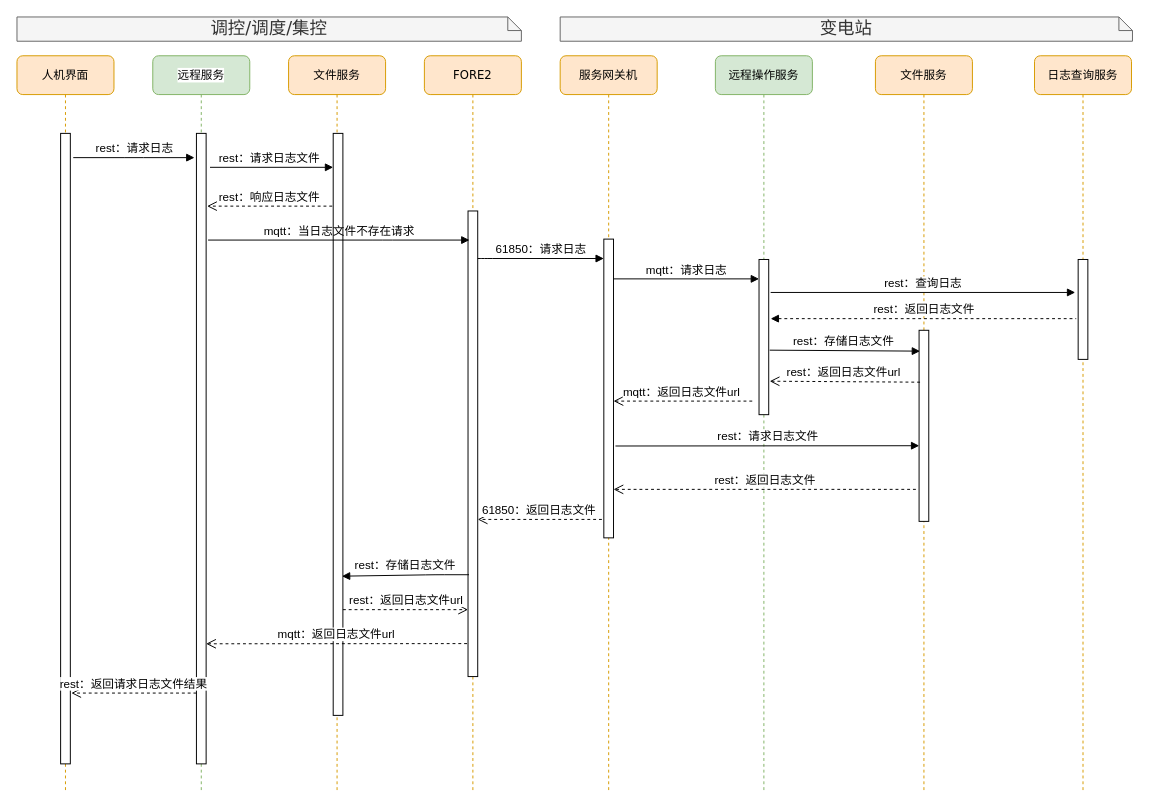
Before: page "日志文件调阅" (4 of 4) of 远程服务.drawio in qwe995272801/taowenxiang, a draw.io diagram. Source tidied: cells renumbered, new cells numbered last; positions are measured from the earlier drawing's top-left corner, leaving out a move shared by most shapes. Both pictures are drawn from the tidied source at 97%, with x=0, y=0 at pixel (16, 16).
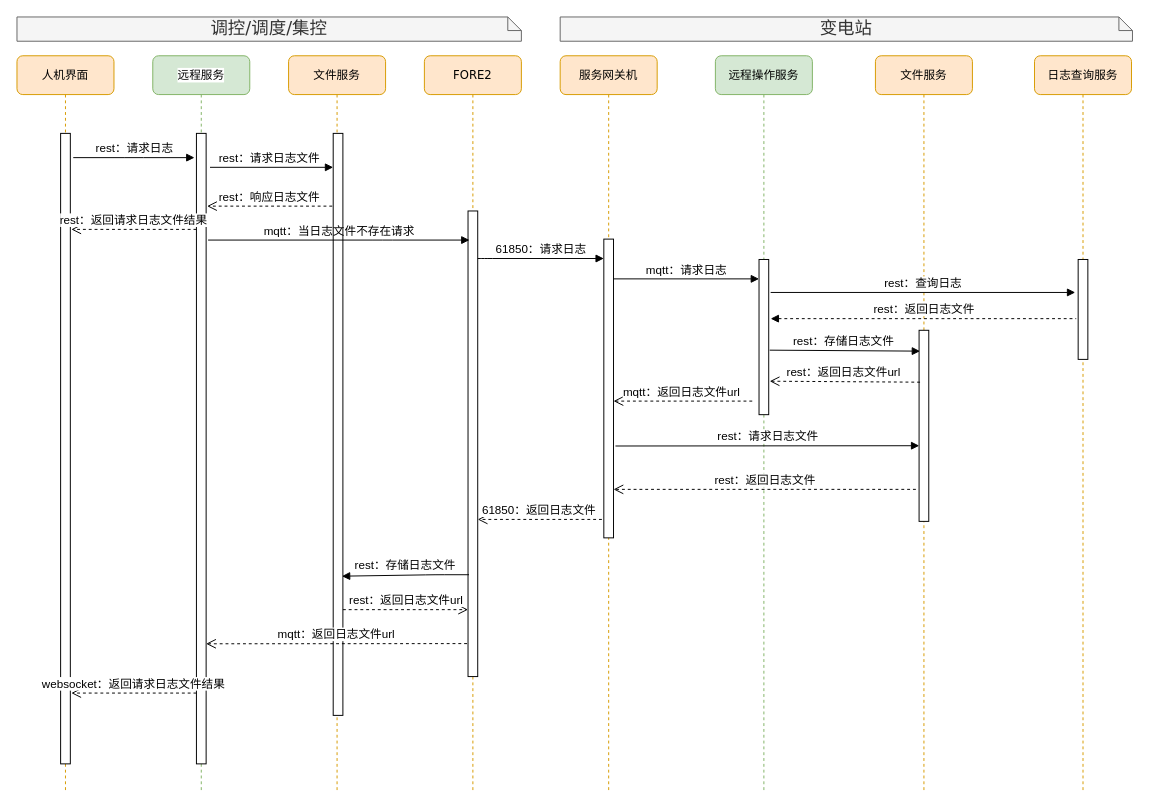
After the change.

The edit, as a diff of the source:
```diff
@@
-    <mxCell id="26" value="rest：返回请求日志文件结果" style="html=1;verticalAlign=bottom;endArrow=open;dashed=1;endSize=8;fontFamily=Helvetica;entryX=1.1;entryY=0.98;entryDx=0;entryDy=0;entryPerimeter=0;fontSize=12;" parent="1" edge="1">
+    <mxCell id="26" value="websocket：返回请求日志文件结果" style="html=1;verticalAlign=bottom;endArrow=open;dashed=1;endSize=8;fontFamily=Helvetica;entryX=1.1;entryY=0.98;entryDx=0;entryDy=0;entryPerimeter=0;fontSize=12;" parent="1" edge="1">
       <mxGeometry relative="1" as="geometry">
         <mxPoint x="185" y="697" as="sourcePoint" />
         <mxPoint x="56" y="697" as="targetPoint" />
       </mxGeometry>
     </mxCell>
@@
+    <mxCell id="38" value="rest：返回请求日志文件结果" style="html=1;verticalAlign=bottom;endArrow=open;dashed=1;endSize=8;fontFamily=Helvetica;entryX=1.1;entryY=0.98;entryDx=0;entryDy=0;entryPerimeter=0;fontSize=12;" parent="1" edge="1">
+      <mxGeometry relative="1" as="geometry">
+        <mxPoint x="185" y="219" as="sourcePoint" />
+        <mxPoint x="56" y="219" as="targetPoint" />
+      </mxGeometry>
+    </mxCell>
```
